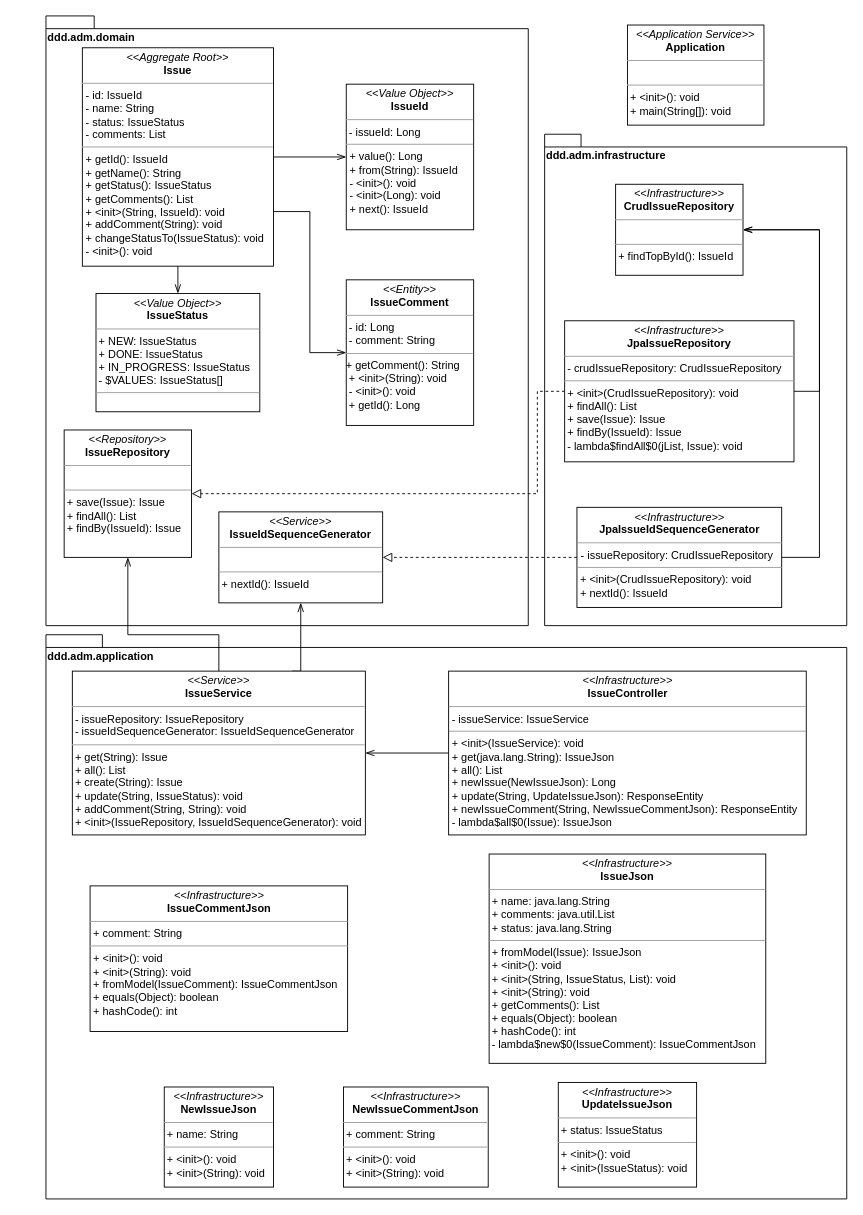
This is page "old" (1 of 5) of gfx/example/ddd/raw/uml-ddd.drawio from DanielKraft/bachelor-thesis, a draw.io file, before an edit. Source tidied: cells renumbered, new cells numbered last; positions are measured from the earlier drawing's top-left corner, leaving out a move shared by most shapes. Both pictures are drawn from the tidied source at 91%, with x=0, y=0 at pixel (46, 15).
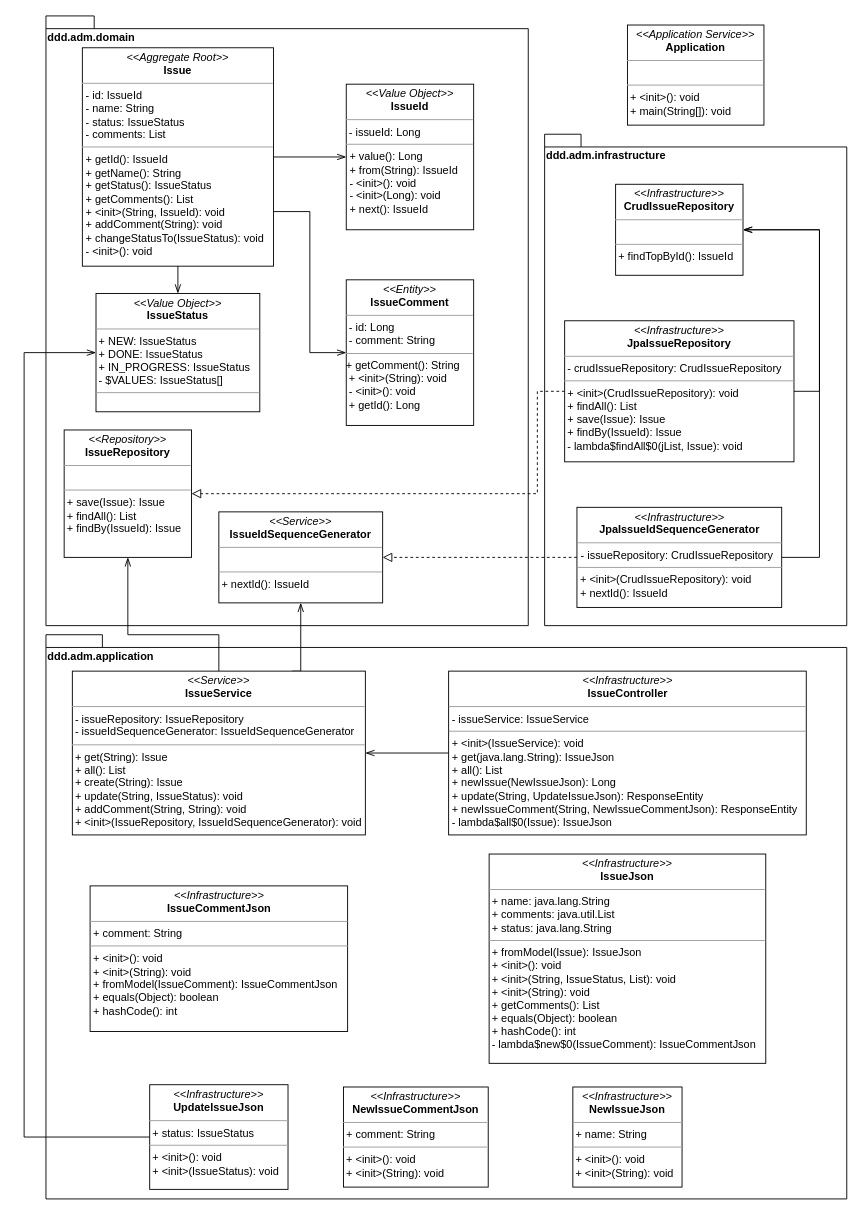
The same diagram, later.

Change to the diagram source:
```diff
@@
+    <mxCell id="32" style="edgeStyle=orthogonalEdgeStyle;rounded=0;jettySize=auto;html=1;endArrow=openThin;endFill=0;endSize=8;startSize=8;" parent="1" edge="1" source="21">
+      <mxGeometry relative="1" as="geometry">
+        <mxPoint x="55" y="370" as="targetPoint" />
+        <Array as="points">
+          <mxPoint x="-24" y="1232" />
+          <mxPoint x="-24" y="370" />
+        </Array>
+      </mxGeometry>
+    </mxCell>
     <mxCell id="21" value="&lt;p style=&quot;margin: 0px ; margin-top: 4px ; text-align: center&quot;&gt;&lt;i&gt;&amp;lt;&amp;lt;&lt;/i&gt;&lt;i&gt;&lt;i&gt;Infrastructure&lt;/i&gt;&amp;gt;&amp;gt;&lt;/i&gt;&lt;br&gt;&lt;b&gt;UpdateIssueJson&lt;/b&gt;&lt;/p&gt;&lt;hr size=&quot;1&quot;&gt;&amp;nbsp;+ status: IssueStatus&lt;br&gt;&lt;hr size=&quot;1&quot;&gt;&lt;div&gt;&amp;nbsp;+ &amp;lt;init&amp;gt;(): void&lt;/div&gt;&lt;div&gt;&amp;nbsp;+ &amp;lt;init&amp;gt;(IssueStatus): void&lt;/div&gt;" style="verticalAlign=top;align=left;overflow=fill;fontSize=12;fontFamily=Helvetica;html=1;" parent="1" vertex="1">
-      <mxGeometry x="563" y="1172" width="152" height="115" as="geometry" />
+      <mxGeometry x="114" y="1174.5" width="152" height="115" as="geometry" />
     </mxCell>
@@
     <mxCell id="27" value="&lt;p style=&quot;margin: 0px ; margin-top: 4px ; text-align: center&quot;&gt;&lt;i&gt;&amp;lt;&amp;lt;&lt;/i&gt;&lt;i&gt;&lt;i&gt;Infrastructure&lt;/i&gt;&amp;gt;&amp;gt;&lt;/i&gt;&lt;br&gt;&lt;b&gt;NewIssueJson&lt;/b&gt;&lt;/p&gt;&lt;hr size=&quot;1&quot;&gt;&amp;nbsp;+ name: String&lt;br&gt;&lt;hr size=&quot;1&quot;&gt;&lt;div&gt;&amp;nbsp;+ &amp;lt;init&amp;gt;(): void&lt;/div&gt;&lt;div&gt;&amp;nbsp;+ &amp;lt;init&amp;gt;(String): void&lt;/div&gt;" style="verticalAlign=top;align=left;overflow=fill;fontSize=12;fontFamily=Helvetica;html=1;" parent="1" vertex="1">
-      <mxGeometry x="130" y="1177" width="120" height="110" as="geometry" />
+      <mxGeometry x="579" y="1177" width="120" height="110" as="geometry" />
     </mxCell>
```
